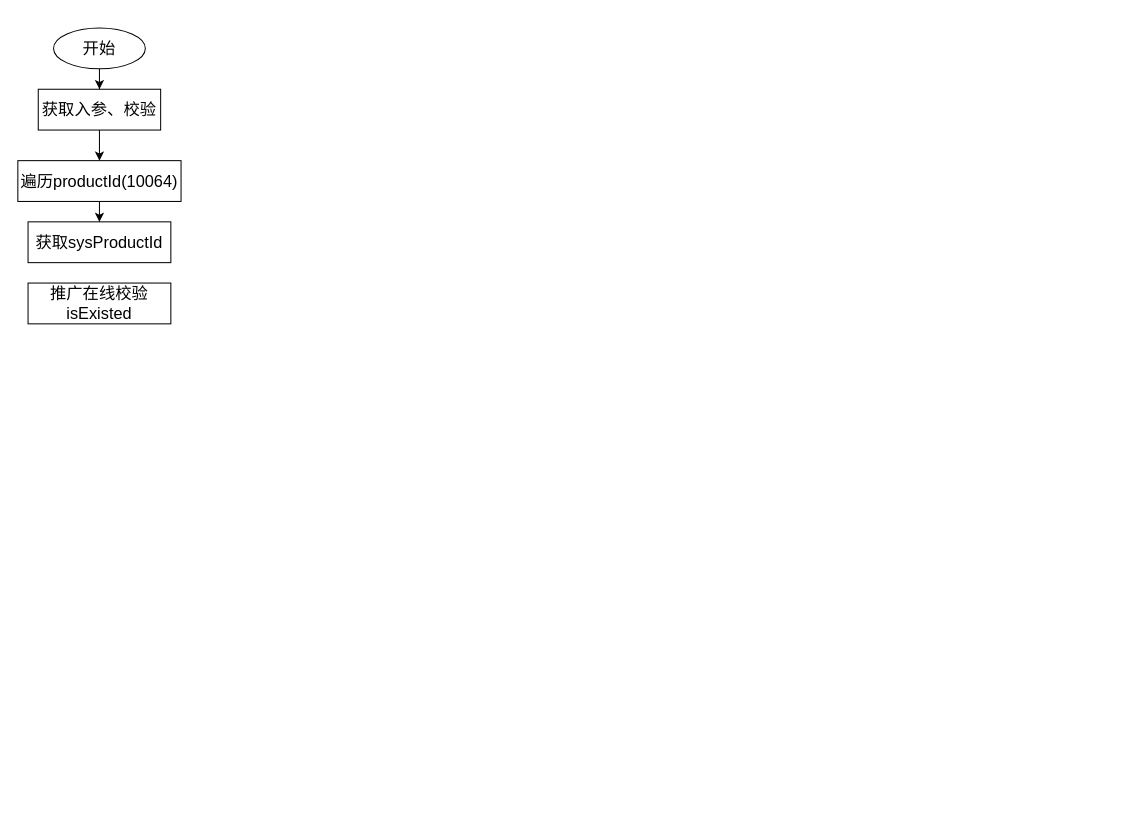
Above: Untitled Diagram.drawio in wx141/draw (draw.io), before the change. Source tidied: cells renumbered, new cells numbered last; positions are measured from the earlier drawing's top-left corner, leaving out a move shared by most shapes. Both pictures are drawn from the tidied source at 102%, with x=0, y=0 at pixel (17, 28).
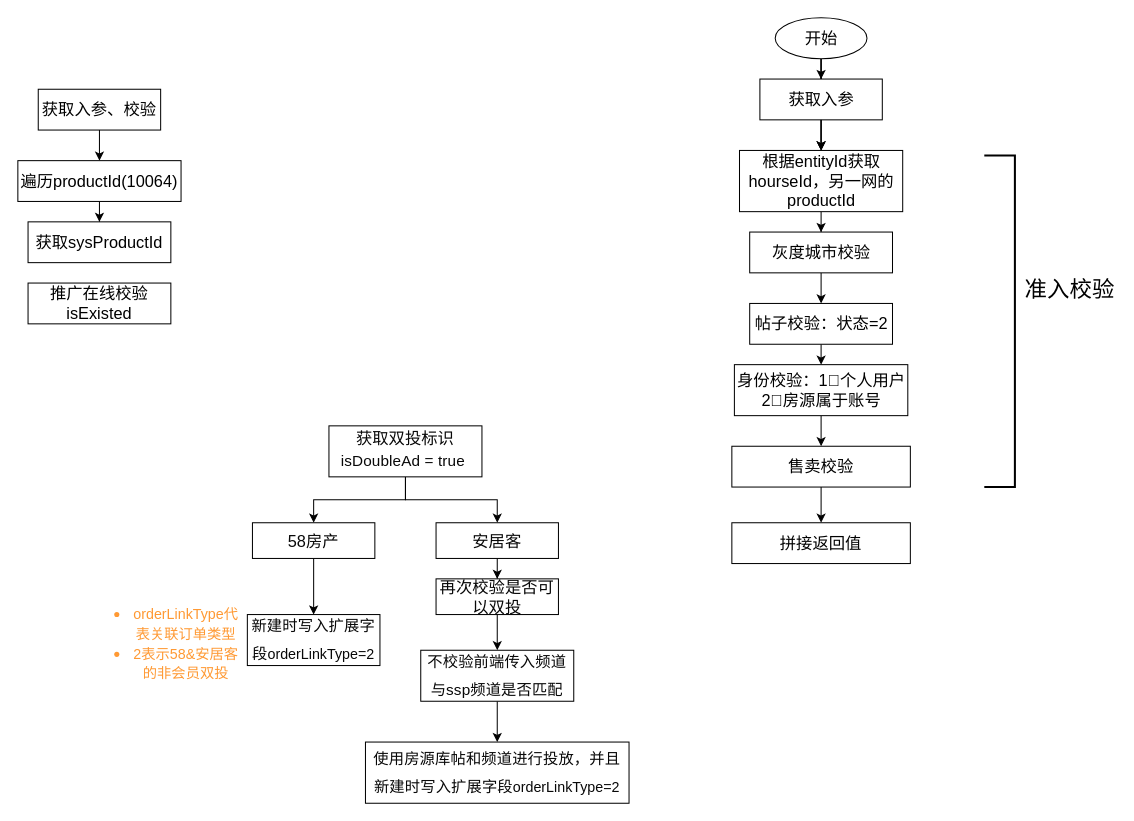
After the change.

The change refers to these unchanged cells:
```xml
<mxCell id="5" value="获取入参、校验" style="whiteSpace=wrap;html=1;fontSize=16;" parent="1" vertex="1">
  <mxGeometry x="20" y="60" width="120" height="40" as="geometry" />
</mxCell>
```

The edit, as a diff of the source:
```diff
@@
-    <mxCell id="2" style="edgeStyle=orthogonalEdgeStyle;rounded=0;jettySize=auto;html=1;fontSize=16;" parent="1" edge="1" source="3" target="5">
-      <mxGeometry relative="1" as="geometry" />
-    </mxCell>
-    <mxCell id="3" value="开始" style="ellipse;whiteSpace=wrap;html=1;fontSize=16;" parent="1" vertex="1">
-      <mxGeometry x="35" width="90" height="40" as="geometry" />
-    </mxCell>
@@
+    <mxCell id="10" style="edgeStyle=orthogonalEdgeStyle;rounded=0;jettySize=auto;html=1;fontSize=16;" parent="1" edge="1" source="3" target="14">
+      <mxGeometry relative="1" as="geometry" />
+    </mxCell>
+    <mxCell id="11" style="edgeStyle=orthogonalEdgeStyle;rounded=0;jettySize=auto;html=1;" parent="1" edge="1" source="3" target="16">
+      <mxGeometry relative="1" as="geometry" />
+    </mxCell>
+    <mxCell id="12" style="edgeStyle=orthogonalEdgeStyle;rounded=0;jettySize=auto;html=1;fontSize=16;fontColor=#FF9933;" parent="1" edge="1" source="3" target="16">
+      <mxGeometry relative="1" as="geometry" />
+    </mxCell>
+    <mxCell id="3" value="开始" style="ellipse;whiteSpace=wrap;html=1;fontSize=16;" parent="1" vertex="1">
+      <mxGeometry x="742.5" y="-10" width="90" height="40" as="geometry" />
+    </mxCell>
+    <mxCell id="13" style="edgeStyle=orthogonalEdgeStyle;rounded=0;jettySize=auto;html=1;fontSize=16;" parent="1" edge="1" source="14" target="16">
+      <mxGeometry relative="1" as="geometry" />
+    </mxCell>
+    <mxCell id="14" value="获取入参" style="whiteSpace=wrap;html=1;fontSize=16;" parent="1" vertex="1">
+      <mxGeometry x="727.5" y="50" width="120" height="40" as="geometry" />
+    </mxCell>
+    <mxCell id="15" style="edgeStyle=orthogonalEdgeStyle;rounded=0;jettySize=auto;html=1;fontSize=16;fontColor=#FF9933;" parent="1" edge="1" source="16" target="41">
+      <mxGeometry relative="1" as="geometry" />
+    </mxCell>
+    <mxCell id="16" value="根据entityId获取hourseId，另一网的productId" style="whiteSpace=wrap;html=1;fontSize=16;" parent="1" vertex="1">
+      <mxGeometry x="707.5" y="120" width="160" height="60" as="geometry" />
+    </mxCell>
+    <mxCell id="17" style="edgeStyle=orthogonalEdgeStyle;rounded=0;jettySize=auto;html=1;exitX=0.5;exitY=1;exitDx=0;exitDy=0;entryX=0.5;entryY=0;entryDx=0;entryDy=0;fontSize=15;" parent="1" edge="1" source="18" target="20">
+      <mxGeometry relative="1" as="geometry" />
+    </mxCell>
+    <mxCell id="18" value="帖子校验：状态=2" style="whiteSpace=wrap;html=1;fontSize=16;" parent="1" vertex="1">
+      <mxGeometry x="717.5" y="270" width="140" height="40" as="geometry" />
+    </mxCell>
+    <mxCell id="19" style="edgeStyle=orthogonalEdgeStyle;rounded=0;jettySize=auto;html=1;fontSize=15;" parent="1" edge="1" source="20" target="22">
+      <mxGeometry relative="1" as="geometry" />
+    </mxCell>
+    <mxCell id="20" value="身份校验：1⃣️个人用户2⃣️房源属于账号" style="whiteSpace=wrap;html=1;fontSize=16;" parent="1" vertex="1">
+      <mxGeometry x="702.5" y="330" width="170" height="50" as="geometry" />
+    </mxCell>
+    <mxCell id="21" style="edgeStyle=orthogonalEdgeStyle;rounded=0;jettySize=auto;html=1;fontSize=15;" parent="1" edge="1" source="22" target="23">
+      <mxGeometry relative="1" as="geometry" />
+    </mxCell>
+    <mxCell id="22" value="售卖校验" style="whiteSpace=wrap;html=1;fontSize=16;" parent="1" vertex="1">
+      <mxGeometry x="700" y="410" width="175" height="40" as="geometry" />
+    </mxCell>
+    <mxCell id="23" value="拼接返回值" style="whiteSpace=wrap;html=1;fontSize=16;" parent="1" vertex="1">
+      <mxGeometry x="700" y="485" width="175" height="40" as="geometry" />
+    </mxCell>
+    <mxCell id="24" style="strokeWidth=2;html=1;shape=mxgraph.flowchart.annotation_1;align=left;fontSize=15;rotation=-180;" parent="1" vertex="1">
+      <mxGeometry x="947.5" y="125" width="30" height="325" as="geometry" />
+    </mxCell>
+    <mxCell id="25" value="准入校验&lt;br style=&quot;font-size: 22px;&quot;&gt;&lt;font style=&quot;font-size: 22px;&quot;&gt;&lt;br style=&quot;font-size: 22px;&quot;&gt;&lt;/font&gt;" style="text;html=1;strokeColor=none;fillColor=none;align=center;verticalAlign=middle;whiteSpace=wrap;rounded=0;fontSize=22;" parent="1" vertex="1">
+      <mxGeometry x="984.5" y="255" width="93" height="30" as="geometry" />
+    </mxCell>
+    <mxCell id="26" style="edgeStyle=orthogonalEdgeStyle;rounded=0;jettySize=auto;html=1;fontSize=16;fontColor=#080808;" parent="1" edge="1" source="28" target="30">
+      <mxGeometry relative="1" as="geometry" />
+    </mxCell>
+    <mxCell id="27" style="edgeStyle=orthogonalEdgeStyle;rounded=0;jettySize=auto;html=1;exitX=0.5;exitY=1;exitDx=0;exitDy=0;entryX=0.5;entryY=0;entryDx=0;entryDy=0;fontSize=16;fontColor=#080808;" parent="1" edge="1" source="28" target="32">
+      <mxGeometry relative="1" as="geometry" />
+    </mxCell>
+    <mxCell id="28" value="获取双投标识&lt;span style=&quot;font-size: 15px; line-height: 1.74; letter-spacing: 0.008em; outline-style: none; overflow-wrap: break-word;&quot;&gt;isDoubleAd  = true&amp;nbsp;&lt;/span&gt;" style="whiteSpace=wrap;html=1;fontSize=16;fontColor=#080808;" parent="1" vertex="1">
+      <mxGeometry x="305" y="390" width="150" height="50" as="geometry" />
+    </mxCell>
+    <mxCell id="29" style="edgeStyle=orthogonalEdgeStyle;rounded=0;jettySize=auto;html=1;fontSize=16;fontColor=#080808;" parent="1" edge="1" source="30" target="38">
+      <mxGeometry relative="1" as="geometry" />
+    </mxCell>
+    <mxCell id="30" value="58房产" style="whiteSpace=wrap;html=1;fontSize=16;fontColor=#080808;" parent="1" vertex="1">
+      <mxGeometry x="230" y="485" width="120" height="35" as="geometry" />
+    </mxCell>
+    <mxCell id="31" style="edgeStyle=orthogonalEdgeStyle;rounded=0;jettySize=auto;html=1;fontSize=16;fontColor=#080808;" parent="1" edge="1" source="32" target="33">
+      <mxGeometry relative="1" as="geometry" />
+    </mxCell>
+    <mxCell id="32" value="安居客" style="whiteSpace=wrap;html=1;fontSize=16;fontColor=#080808;" parent="1" vertex="1">
+      <mxGeometry x="410" y="485" width="120" height="35" as="geometry" />
+    </mxCell>
+    <mxCell id="33" value="再次校验是否可以双投" style="whiteSpace=wrap;html=1;fontSize=16;fontColor=#080808;" parent="1" vertex="1">
+      <mxGeometry x="410" y="540" width="120" height="35" as="geometry" />
+    </mxCell>
+    <mxCell id="34" style="edgeStyle=orthogonalEdgeStyle;rounded=0;jettySize=auto;html=1;fontSize=16;fontColor=#080808;exitX=0.5;exitY=1;exitDx=0;exitDy=0;" parent="1" edge="1" source="33" target="36">
+      <mxGeometry relative="1" as="geometry" />
+    </mxCell>
+    <mxCell id="35" style="edgeStyle=orthogonalEdgeStyle;rounded=0;jettySize=auto;html=1;fontSize=16;fontColor=#080808;" parent="1" edge="1" source="36" target="37">
+      <mxGeometry relative="1" as="geometry" />
+    </mxCell>
+    <mxCell id="36" value="&lt;span style=&quot;font-size: 15px; line-height: 1.74; letter-spacing: 0.008em; outline-style: none; overflow-wrap: break-word;&quot;&gt;不校验前端传入频道与ssp频道是否匹配&lt;/span&gt;" style="whiteSpace=wrap;html=1;fontSize=16;fontColor=#080808;" parent="1" vertex="1">
+      <mxGeometry x="395" y="610" width="150" height="50" as="geometry" />
+    </mxCell>
+    <mxCell id="37" value="&lt;span&gt;&lt;span style=&quot;font-size: 15px ; line-height: 1.74 ; letter-spacing: 0.008em ; outline-style: none ; overflow-wrap: break-word&quot;&gt;使用房源库帖和频道进行投放，并且新建时写入扩展字段&lt;/span&gt;&lt;/span&gt;&lt;span lang=&quot;EN-US&quot; style=&quot;font-size: 10.5pt ; font-family: &amp;#34;dengxian&amp;#34;&quot;&gt;orderLinkType=2&lt;/span&gt;&lt;span style=&quot;font-size: medium&quot;&gt;&lt;/span&gt;" style="whiteSpace=wrap;html=1;fontSize=16;fontColor=#080808;" parent="1" vertex="1">
+      <mxGeometry x="340.8" y="700" width="258.4" height="60" as="geometry" />
+    </mxCell>
+    <mxCell id="38" value="&lt;span style=&quot;font-size: 15px ; line-height: 1.74 ; letter-spacing: 0.008em ; outline-style: none ; overflow-wrap: break-word&quot;&gt;新建时写入扩展字段&lt;/span&gt;&lt;span lang=&quot;EN-US&quot; style=&quot;font-size: 10.5pt ; font-family: &amp;#34;dengxian&amp;#34;&quot;&gt;orderLinkType=2&lt;/span&gt;" style="whiteSpace=wrap;html=1;fontSize=16;fontColor=#080808;" parent="1" vertex="1">
+      <mxGeometry x="225" y="575" width="130" height="50" as="geometry" />
+    </mxCell>
+    <mxCell id="39" value="&lt;ul&gt;&lt;li&gt;&lt;span lang=&quot;EN-US&quot; style=&quot;font-size: 10.5pt ; font-family: &amp;#34;dengxian&amp;#34;&quot;&gt;orderLinkType代表关联订单类型&lt;/span&gt;&lt;/li&gt;&lt;li&gt;&lt;span lang=&quot;EN-US&quot; style=&quot;font-size: 10.5pt ; font-family: &amp;#34;dengxian&amp;#34;&quot;&gt;2表示&lt;/span&gt;&lt;span style=&quot;font-size: 10.5pt ; font-family: &amp;#34;dengxian&amp;#34;&quot;&gt;&lt;span lang=&quot;EN-US&quot;&gt;58&amp;amp;&lt;/span&gt;安居客的非会员双投&lt;/span&gt;&lt;/li&gt;&lt;/ul&gt;&lt;span style=&quot;font-size: medium&quot;&gt;&lt;/span&gt;" style="text;html=1;strokeColor=none;fillColor=none;align=center;verticalAlign=middle;whiteSpace=wrap;rounded=0;fontSize=16;fontColor=#FF9933;" parent="1" vertex="1">
+      <mxGeometry x="70" y="560" width="150" height="85" as="geometry" />
+    </mxCell>
+    <mxCell id="40" style="edgeStyle=orthogonalEdgeStyle;rounded=0;jettySize=auto;html=1;fontSize=16;fontColor=#FF9933;entryX=0.5;entryY=0;entryDx=0;entryDy=0;" parent="1" edge="1" source="41" target="18">
+      <mxGeometry relative="1" as="geometry" />
+    </mxCell>
+    <mxCell id="41" value="灰度城市校验" style="whiteSpace=wrap;html=1;fontSize=16;" parent="1" vertex="1">
+      <mxGeometry x="717.5" y="200" width="140" height="40" as="geometry" />
+    </mxCell>
```
